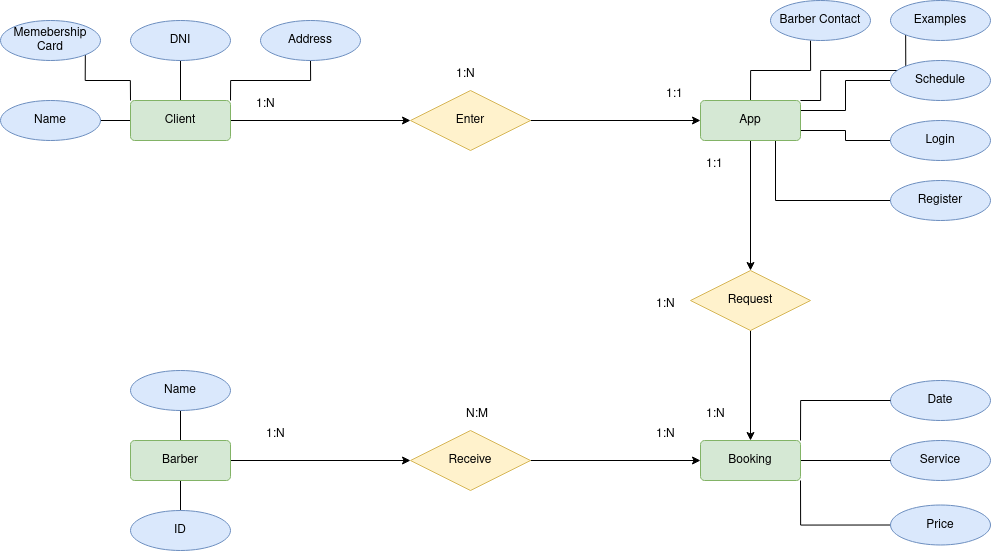
The draw.io diagram doc/Entidad relacion/ES-Modelo_entidad_relacion.drawio.png in colidom/proyecto-ets, before a commit. Source tidied: cells renumbered, new cells last; positions are measured from the earlier drawing's top-left corner, leaving out a move shared by most shapes.
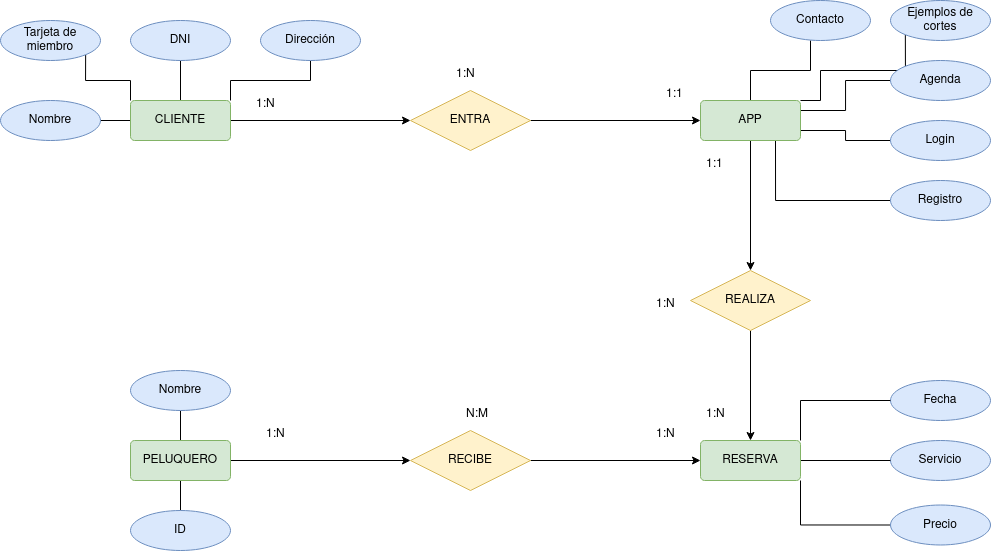
Later version of the same file.

Diff of the diagram source:
```diff
@@ -17,16 +17,16 @@
     <mxCell id="6" style="edgeStyle=orthogonalEdgeStyle;rounded=0;jettySize=auto;html=1;exitX=1;exitY=0.5;exitDx=0;exitDy=0;entryX=0;entryY=0.5;entryDx=0;entryDy=0;" parent="1" edge="1" source="7" target="9">
       <mxGeometry relative="1" as="geometry" />
     </mxCell>
-    <mxCell id="7" value="Client" style="rounded=1;arcSize=10;whiteSpace=wrap;html=1;align=center;fillColor=#d5e8d4;strokeColor=#82b366;" parent="1" vertex="1">
+    <mxCell id="7" value="CLIENTE" style="rounded=1;arcSize=10;whiteSpace=wrap;html=1;align=center;fillColor=#d5e8d4;strokeColor=#82b366;" parent="1" vertex="1">
       <mxGeometry x="130" y="100" width="100" height="40" as="geometry" />
     </mxCell>
     <mxCell id="8" style="edgeStyle=orthogonalEdgeStyle;rounded=0;jettySize=auto;html=1;exitX=1;exitY=0.5;exitDx=0;exitDy=0;entryX=0;entryY=0.5;entryDx=0;entryDy=0;" parent="1" edge="1" source="9" target="17">
       <mxGeometry relative="1" as="geometry" />
     </mxCell>
-    <mxCell id="9" value="Enter" style="shape=rhombus;perimeter=rhombusPerimeter;whiteSpace=wrap;html=1;align=center;fillColor=#fff2cc;strokeColor=#d6b656;" parent="1" vertex="1">
+    <mxCell id="9" value="ENTRA" style="shape=rhombus;perimeter=rhombusPerimeter;whiteSpace=wrap;html=1;align=center;fillColor=#fff2cc;strokeColor=#d6b656;" parent="1" vertex="1">
       <mxGeometry x="410" y="90" width="120" height="60" as="geometry" />
     </mxCell>
-    <mxCell id="10" value="Date" style="ellipse;whiteSpace=wrap;html=1;align=center;fillColor=#dae8fc;strokeColor=#6c8ebf;" parent="1" vertex="1">
+    <mxCell id="10" value="Fecha" style="ellipse;whiteSpace=wrap;html=1;align=center;fillColor=#dae8fc;strokeColor=#6c8ebf;" parent="1" vertex="1">
       <mxGeometry x="890" y="380" width="100" height="40" as="geometry" />
     </mxCell>
     <mxCell id="11" style="edgeStyle=orthogonalEdgeStyle;rounded=0;jettySize=auto;html=1;exitX=0.5;exitY=0;exitDx=0;exitDy=0;entryX=0.4;entryY=1;entryDx=0;entryDy=0;entryPerimeter=0;endArrow=none;endFill=0;" parent="1" edge="1" source="17" target="26">
@@ -53,43 +53,43 @@
     <mxCell id="16" style="edgeStyle=orthogonalEdgeStyle;rounded=0;jettySize=auto;html=1;exitX=0.5;exitY=1;exitDx=0;exitDy=0;entryX=0.5;entryY=0;entryDx=0;entryDy=0;" parent="1" edge="1" source="17" target="29">
       <mxGeometry relative="1" as="geometry" />
     </mxCell>
-    <mxCell id="17" value="App" style="rounded=1;arcSize=10;whiteSpace=wrap;html=1;align=center;fillColor=#d5e8d4;strokeColor=#82b366;" parent="1" vertex="1">
+    <mxCell id="17" value="APP" style="rounded=1;arcSize=10;whiteSpace=wrap;html=1;align=center;fillColor=#d5e8d4;strokeColor=#82b366;" parent="1" vertex="1">
       <mxGeometry x="700" y="100" width="100" height="40" as="geometry" />
     </mxCell>
-    <mxCell id="18" value="Examples" style="ellipse;whiteSpace=wrap;html=1;align=center;fillColor=#dae8fc;strokeColor=#6c8ebf;" parent="1" vertex="1">
+    <mxCell id="18" value="Ejemplos de cortes" style="ellipse;whiteSpace=wrap;html=1;align=center;fillColor=#dae8fc;strokeColor=#6c8ebf;" parent="1" vertex="1">
       <mxGeometry x="890" width="100" height="40" as="geometry" />
     </mxCell>
-    <mxCell id="19" value="Schedule" style="ellipse;whiteSpace=wrap;html=1;align=center;fillColor=#dae8fc;strokeColor=#6c8ebf;" parent="1" vertex="1">
+    <mxCell id="19" value="Agenda" style="ellipse;whiteSpace=wrap;html=1;align=center;fillColor=#dae8fc;strokeColor=#6c8ebf;" parent="1" vertex="1">
       <mxGeometry x="890" y="60" width="100" height="40" as="geometry" />
     </mxCell>
     <mxCell id="20" value="Login" style="ellipse;whiteSpace=wrap;html=1;align=center;fillColor=#dae8fc;strokeColor=#6c8ebf;" parent="1" vertex="1">
       <mxGeometry x="890" y="120" width="100" height="40" as="geometry" />
     </mxCell>
-    <mxCell id="21" value="Register" style="ellipse;whiteSpace=wrap;html=1;align=center;fillColor=#dae8fc;strokeColor=#6c8ebf;" parent="1" vertex="1">
+    <mxCell id="21" value="Registro" style="ellipse;whiteSpace=wrap;html=1;align=center;fillColor=#dae8fc;strokeColor=#6c8ebf;" parent="1" vertex="1">
       <mxGeometry x="890" y="180" width="100" height="40" as="geometry" />
     </mxCell>
-    <mxCell id="22" value="Name" style="ellipse;whiteSpace=wrap;html=1;align=center;fillColor=#dae8fc;strokeColor=#6c8ebf;" parent="1" vertex="1">
+    <mxCell id="22" value="Nombre" style="ellipse;whiteSpace=wrap;html=1;align=center;fillColor=#dae8fc;strokeColor=#6c8ebf;" parent="1" vertex="1">
       <mxGeometry y="100" width="100" height="40" as="geometry" />
     </mxCell>
-    <mxCell id="23" value="Address" style="ellipse;whiteSpace=wrap;html=1;align=center;fillColor=#dae8fc;strokeColor=#6c8ebf;" parent="1" vertex="1">
+    <mxCell id="23" value="Dirección" style="ellipse;whiteSpace=wrap;html=1;align=center;fillColor=#dae8fc;strokeColor=#6c8ebf;" parent="1" vertex="1">
       <mxGeometry x="260" y="20" width="100" height="40" as="geometry" />
     </mxCell>
-    <mxCell id="24" value="Memebership Card" style="ellipse;whiteSpace=wrap;html=1;align=center;fillColor=#dae8fc;strokeColor=#6c8ebf;" parent="1" vertex="1">
+    <mxCell id="24" value="Tarjeta de miembro" style="ellipse;whiteSpace=wrap;html=1;align=center;fillColor=#dae8fc;strokeColor=#6c8ebf;" parent="1" vertex="1">
       <mxGeometry y="20" width="100" height="40" as="geometry" />
     </mxCell>
     <mxCell id="25" value="DNI" style="ellipse;whiteSpace=wrap;html=1;align=center;fillColor=#dae8fc;strokeColor=#6c8ebf;" parent="1" vertex="1">
       <mxGeometry x="130" y="20" width="100" height="40" as="geometry" />
     </mxCell>
-    <mxCell id="26" value="Barber Contact" style="ellipse;whiteSpace=wrap;html=1;align=center;fillColor=#dae8fc;strokeColor=#6c8ebf;" parent="1" vertex="1">
+    <mxCell id="26" value="Contacto" style="ellipse;whiteSpace=wrap;html=1;align=center;fillColor=#dae8fc;strokeColor=#6c8ebf;" parent="1" vertex="1">
       <mxGeometry x="770" width="100" height="40" as="geometry" />
     </mxCell>
-    <mxCell id="27" value="Service" style="ellipse;whiteSpace=wrap;html=1;align=center;fillColor=#dae8fc;strokeColor=#6c8ebf;" parent="1" vertex="1">
+    <mxCell id="27" value="Servicio" style="ellipse;whiteSpace=wrap;html=1;align=center;fillColor=#dae8fc;strokeColor=#6c8ebf;" parent="1" vertex="1">
       <mxGeometry x="890" y="440" width="100" height="40" as="geometry" />
     </mxCell>
     <mxCell id="28" style="edgeStyle=orthogonalEdgeStyle;rounded=0;jettySize=auto;html=1;exitX=0.5;exitY=1;exitDx=0;exitDy=0;entryX=0.5;entryY=0;entryDx=0;entryDy=0;" parent="1" edge="1" source="29" target="33">
       <mxGeometry relative="1" as="geometry" />
     </mxCell>
-    <mxCell id="29" value="Request" style="shape=rhombus;perimeter=rhombusPerimeter;whiteSpace=wrap;html=1;align=center;fillColor=#fff2cc;strokeColor=#d6b656;" parent="1" vertex="1">
+    <mxCell id="29" value="REALIZA" style="shape=rhombus;perimeter=rhombusPerimeter;whiteSpace=wrap;html=1;align=center;fillColor=#fff2cc;strokeColor=#d6b656;" parent="1" vertex="1">
       <mxGeometry x="690" y="270" width="120" height="60" as="geometry" />
     </mxCell>
     <mxCell id="30" style="edgeStyle=orthogonalEdgeStyle;rounded=0;jettySize=auto;html=1;exitX=1;exitY=0;exitDx=0;exitDy=0;entryX=0;entryY=0.5;entryDx=0;entryDy=0;endArrow=none;endFill=0;" parent="1" edge="1" source="33" target="10">
@@ -101,16 +101,16 @@
     <mxCell id="32" style="edgeStyle=orthogonalEdgeStyle;rounded=0;jettySize=auto;html=1;exitX=1;exitY=1;exitDx=0;exitDy=0;entryX=0;entryY=0.5;entryDx=0;entryDy=0;endArrow=none;endFill=0;" parent="1" edge="1" source="33" target="34">
       <mxGeometry relative="1" as="geometry" />
     </mxCell>
-    <mxCell id="33" value="Booking" style="rounded=1;arcSize=10;whiteSpace=wrap;html=1;align=center;fillColor=#d5e8d4;strokeColor=#82b366;" parent="1" vertex="1">
+    <mxCell id="33" value="RESERVA" style="rounded=1;arcSize=10;whiteSpace=wrap;html=1;align=center;fillColor=#d5e8d4;strokeColor=#82b366;" parent="1" vertex="1">
       <mxGeometry x="700" y="440" width="100" height="40" as="geometry" />
     </mxCell>
-    <mxCell id="34" value="Price" style="ellipse;whiteSpace=wrap;html=1;align=center;fillColor=#dae8fc;strokeColor=#6c8ebf;" parent="1" vertex="1">
+    <mxCell id="34" value="Precio" style="ellipse;whiteSpace=wrap;html=1;align=center;fillColor=#dae8fc;strokeColor=#6c8ebf;" parent="1" vertex="1">
       <mxGeometry x="890" y="504.5" width="100" height="40" as="geometry" />
     </mxCell>
     <mxCell id="35" style="edgeStyle=orthogonalEdgeStyle;rounded=0;jettySize=auto;html=1;exitX=1;exitY=0.5;exitDx=0;exitDy=0;entryX=0;entryY=0.5;entryDx=0;entryDy=0;" parent="1" edge="1" source="36" target="33">
       <mxGeometry relative="1" as="geometry" />
     </mxCell>
-    <mxCell id="36" value="Receive" style="shape=rhombus;perimeter=rhombusPerimeter;whiteSpace=wrap;html=1;align=center;fillColor=#fff2cc;strokeColor=#d6b656;" parent="1" vertex="1">
+    <mxCell id="36" value="RECIBE" style="shape=rhombus;perimeter=rhombusPerimeter;whiteSpace=wrap;html=1;align=center;fillColor=#fff2cc;strokeColor=#d6b656;" parent="1" vertex="1">
       <mxGeometry x="410" y="430" width="120" height="60" as="geometry" />
     </mxCell>
     <mxCell id="37" style="edgeStyle=orthogonalEdgeStyle;rounded=0;jettySize=auto;html=1;exitX=0.5;exitY=0;exitDx=0;exitDy=0;entryX=0.5;entryY=1;entryDx=0;entryDy=0;endArrow=none;endFill=0;" parent="1" edge="1" source="40" target="42">
@@ -122,13 +122,13 @@
     <mxCell id="39" style="edgeStyle=orthogonalEdgeStyle;rounded=0;jettySize=auto;html=1;exitX=1;exitY=0.5;exitDx=0;exitDy=0;entryX=0;entryY=0.5;entryDx=0;entryDy=0;" parent="1" edge="1" source="40" target="36">
       <mxGeometry relative="1" as="geometry" />
     </mxCell>
-    <mxCell id="40" value="Barber" style="rounded=1;arcSize=10;whiteSpace=wrap;html=1;align=center;fillColor=#d5e8d4;strokeColor=#82b366;" parent="1" vertex="1">
+    <mxCell id="40" value="PELUQUERO" style="rounded=1;arcSize=10;whiteSpace=wrap;html=1;align=center;fillColor=#d5e8d4;strokeColor=#82b366;" parent="1" vertex="1">
       <mxGeometry x="130" y="440" width="100" height="40" as="geometry" />
     </mxCell>
     <mxCell id="41" value="ID" style="ellipse;whiteSpace=wrap;html=1;align=center;fillColor=#dae8fc;strokeColor=#6c8ebf;" parent="1" vertex="1">
       <mxGeometry x="130" y="510" width="100" height="40" as="geometry" />
     </mxCell>
-    <mxCell id="42" value="Name" style="ellipse;whiteSpace=wrap;html=1;align=center;fillColor=#dae8fc;strokeColor=#6c8ebf;" parent="1" vertex="1">
+    <mxCell id="42" value="Nombre" style="ellipse;whiteSpace=wrap;html=1;align=center;fillColor=#dae8fc;strokeColor=#6c8ebf;" parent="1" vertex="1">
       <mxGeometry x="130" y="370" width="100" height="40" as="geometry" />
     </mxCell>
     <mxCell id="43" value="1:1" style="text;strokeColor=none;fillColor=none;spacingLeft=4;spacingRight=4;overflow=hidden;fontSize=12;whiteSpace=wrap;html=1;" parent="1" vertex="1">
```
